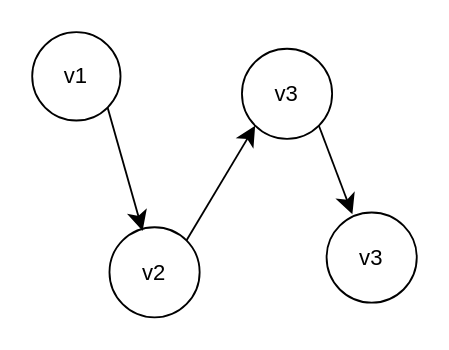
Before: Untitled Diagram.drawio in olliglorioso/datasets, a draw.io diagram. Source tidied: cells renumbered, new cells numbered last; positions are measured from the earlier drawing's top-left corner, leaving out a move shared by most shapes. Both pictures are drawn from the tidied source at 184%, with x=0, y=0 at pixel (31, 31).
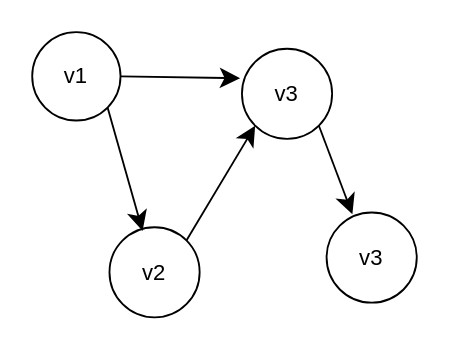
After the change.

Diff of the diagram source:
```diff
@@
 <mxGraphModel>
   <root>
     <mxCell id="0" />
     <mxCell id="1" parent="0" />
     <mxCell id="2" value="v1" style="ellipse;whiteSpace=wrap;html=1;" parent="1" vertex="1">
       <mxGeometry width="48" height="48" as="geometry" />
     </mxCell>
     <mxCell id="3" style="edgeStyle=none;curved=1;rounded=0;jettySize=auto;html=1;exitX=1;exitY=0;exitDx=0;exitDy=0;entryX=0;entryY=1;entryDx=0;entryDy=0;fontSize=12;startSize=8;endSize=8;" parent="1" edge="1" source="4" target="5">
       <mxGeometry relative="1" as="geometry" />
     </mxCell>
     <mxCell id="4" value="v2" style="ellipse;whiteSpace=wrap;html=1;" parent="1" vertex="1">
       <mxGeometry x="42" y="106" width="49" height="49" as="geometry" />
     </mxCell>
     <mxCell id="5" value="v3" style="ellipse;whiteSpace=wrap;html=1;" parent="1" vertex="1">
       <mxGeometry x="114" y="9" width="49" height="49" as="geometry" />
     </mxCell>
     <mxCell id="6" value="v3" style="ellipse;whiteSpace=wrap;html=1;" parent="1" vertex="1">
       <mxGeometry x="160" y="98" width="49" height="49" as="geometry" />
     </mxCell>
     <mxCell id="7" style="edgeStyle=none;curved=1;rounded=0;jettySize=auto;html=1;exitX=1;exitY=1;exitDx=0;exitDy=0;entryX=0.367;entryY=0.041;entryDx=0;entryDy=0;entryPerimeter=0;fontSize=12;startSize=8;endSize=8;" parent="1" edge="1" source="2" target="4">
       <mxGeometry relative="1" as="geometry" />
     </mxCell>
     <mxCell id="8" style="edgeStyle=none;curved=1;rounded=0;jettySize=auto;html=1;exitX=1;exitY=1;exitDx=0;exitDy=0;entryX=0.286;entryY=0.02;entryDx=0;entryDy=0;entryPerimeter=0;fontSize=12;startSize=8;endSize=8;" parent="1" edge="1" source="5" target="6">
       <mxGeometry relative="1" as="geometry" />
     </mxCell>
+    <mxCell id="9" style="edgeStyle=none;curved=1;rounded=0;jettySize=auto;html=1;exitX=1;exitY=0.5;exitDx=0;exitDy=0;entryX=-0.02;entryY=0.327;entryDx=0;entryDy=0;entryPerimeter=0;fontSize=12;startSize=8;endSize=8;" parent="1" edge="1" source="2" target="5">
+      <mxGeometry relative="1" as="geometry" />
+    </mxCell>
   </root>
 </mxGraphModel>
```
